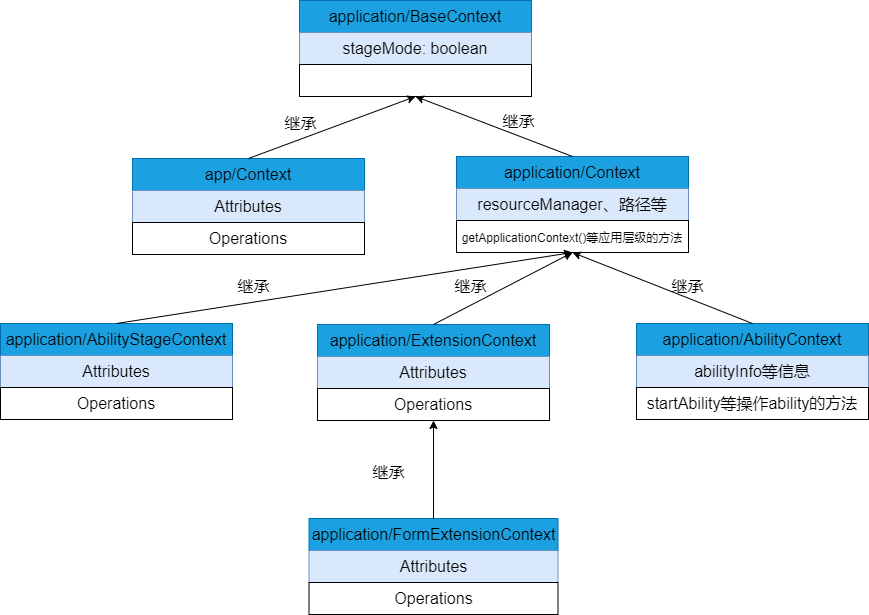
Above: zh-cn/application-dev/ability/figures/contextIntroduction.png in openharmony/docs (draw.io), before the change. Source tidied: cells renumbered, new cells last; positions are measured from the earlier drawing's top-left corner, leaving out a move shared by most shapes.
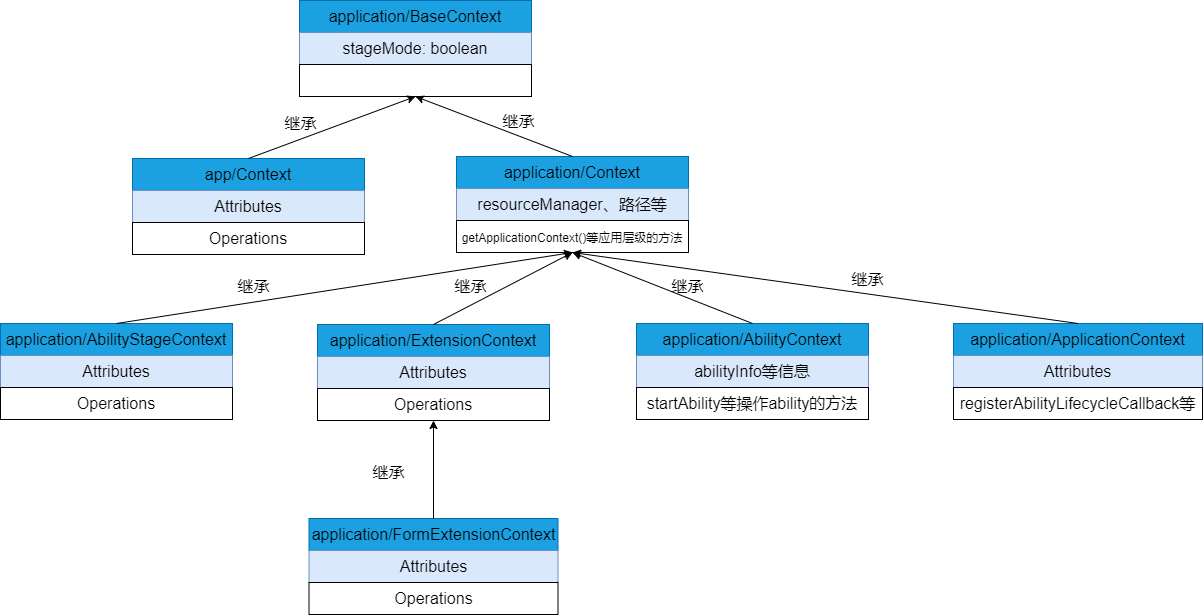
The same diagram one commit later.

Diff of the diagram source:
```diff
@@ -122,5 +122,23 @@
     <mxCell id="41" value="继承" style="text;html=1;align=center;verticalAlign=middle;strokeColor=none;fillColor=none;fontSize=16;fontColor=#000000;" parent="1" vertex="1">
       <mxGeometry x="367" y="460" width="42" height="23" as="geometry" />
     </mxCell>
+    <mxCell id="42" style="group;" parent="1" vertex="1">
+      <mxGeometry x="953" y="323" width="249" height="96" as="geometry" />
+    </mxCell>
+    <mxCell id="43" value="application/ApplicationContext" style="rounded=0;whiteSpace=wrap;html=1;fontSize=16;fillColor=#1ba1e2;strokeColor=#006EAF;fontColor=#000000;" parent="42" vertex="1">
+      <mxGeometry width="249" height="32" as="geometry" />
+    </mxCell>
+    <mxCell id="44" value="Attributes" style="rounded=0;whiteSpace=wrap;html=1;fontSize=16;fillColor=#dae8fc;strokeColor=#6c8ebf;" parent="42" vertex="1">
+      <mxGeometry y="32" width="249" height="32" as="geometry" />
+    </mxCell>
+    <mxCell id="45" value="registerAbilityLifecycleCallback等" style="rounded=0;whiteSpace=wrap;html=1;fontSize=16;" parent="42" vertex="1">
+      <mxGeometry y="64" width="249" height="32" as="geometry" />
+    </mxCell>
+    <mxCell id="46" style="endArrow=classic;html=1;rounded=0;entryX=0.5;entryY=1;entryDx=0;entryDy=0;exitX=0.5;exitY=0;exitDx=0;exitDy=0;" parent="1" edge="1" source="43" target="13">
+      <mxGeometry relative="1" as="geometry" />
+    </mxCell>
+    <mxCell id="47" value="继承" style="text;html=1;align=center;verticalAlign=middle;strokeColor=none;fillColor=none;fontSize=16;fontColor=#000000;" parent="1" vertex="1">
+      <mxGeometry x="846" y="267" width="42" height="23" as="geometry" />
+    </mxCell>
   </root>
 </mxGraphModel>
```
